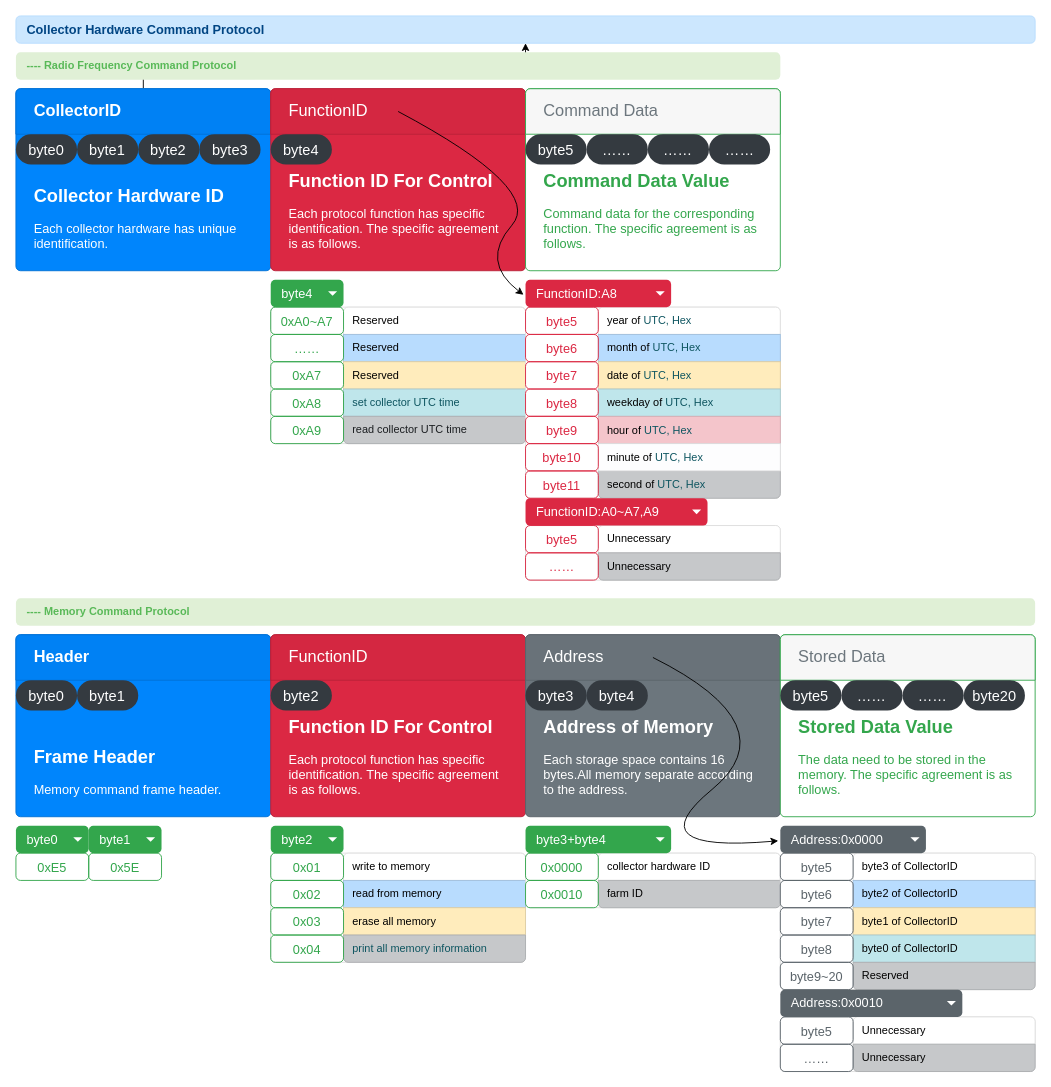
Above: page "Collector Hardware Command Protocol" (1 of 5) of Doc/Hardware Protocol.drawio in phoenix9668/Collector (draw.io), before the change. Source tidied: cells renumbered, new cells numbered last; positions are measured from the earlier drawing's top-left corner, leaving out a move shared by most shapes. Both pictures are drawn from the tidied source at 91%, with x=0, y=0 at pixel (15, 15).
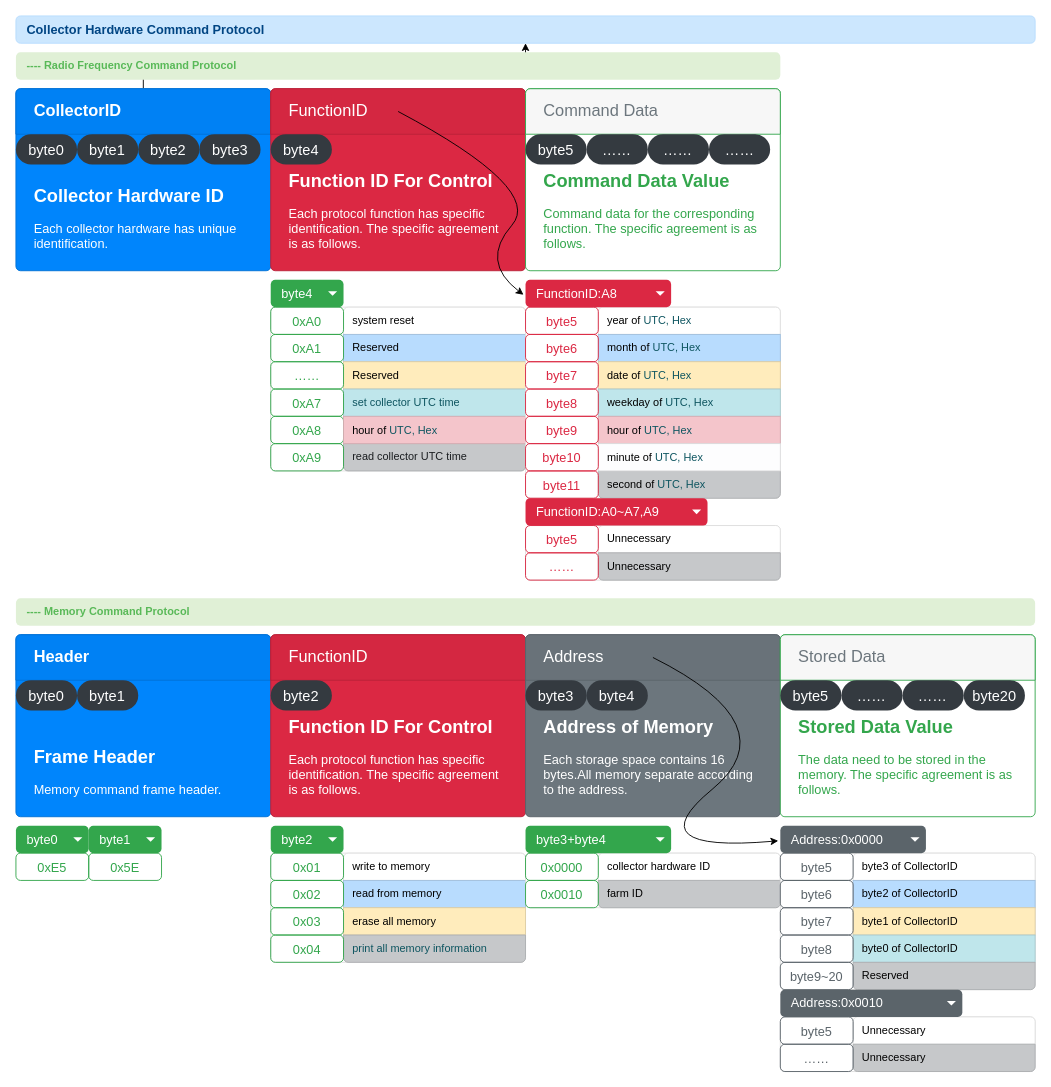
After the change.

Diff of the diagram source:
```diff
@@
     <mxCell id="26" style="html=1;shadow=0;dashed=0;shape=mxgraph.bootstrap.rrect;rSize=5;strokeColor=#DFDFDF;html=1;whiteSpace=wrap;fillColor=#FFFFFF;fontColor=#000000;" parent="1" vertex="1">
-      <mxGeometry x="280" y="320" width="280" height="150" as="geometry" />
+      <mxGeometry x="280" y="320" width="280" height="180" as="geometry" />
     </mxCell>
-    <mxCell id="27" value="Reserved" style="strokeColor=inherit;fillColor=inherit;gradientColor=inherit;fontColor=inherit;html=1;shadow=0;dashed=0;shape=mxgraph.bootstrap.topButton;rSize=5;perimeter=none;whiteSpace=wrap;align=left;spacing=10;" parent="26" vertex="1">
+    <mxCell id="27" value="system reset" style="strokeColor=inherit;fillColor=inherit;gradientColor=inherit;fontColor=inherit;html=1;shadow=0;dashed=0;shape=mxgraph.bootstrap.topButton;rSize=5;perimeter=none;whiteSpace=wrap;align=left;spacing=10;" parent="26" vertex="1">
       <mxGeometry width="200" height="30" relative="1" as="geometry">
         <mxPoint x="80" as="offset" />
       </mxGeometry>
     </mxCell>
@@
-    <mxCell id="32" value="&lt;font style=&quot;font-size: 14px&quot;&gt;0xA0~A7&lt;/font&gt;" style="html=1;shadow=0;dashed=0;shape=mxgraph.bootstrap.rrect;rSize=5;strokeColor=#33A64C;strokeWidth=1;fillColor=none;fontColor=#33A64C;whiteSpace=wrap;align=center;verticalAlign=middle;spacingLeft=0;fontStyle=0;fontSize=16;spacing=5;" parent="26" vertex="1">
+    <mxCell id="32" value="&lt;font style=&quot;font-size: 14px&quot;&gt;0xA0&lt;/font&gt;" style="html=1;shadow=0;dashed=0;shape=mxgraph.bootstrap.rrect;rSize=5;strokeColor=#33A64C;strokeWidth=1;fillColor=none;fontColor=#33A64C;whiteSpace=wrap;align=center;verticalAlign=middle;spacingLeft=0;fontStyle=0;fontSize=16;spacing=5;" parent="26" vertex="1">
       <mxGeometry width="80" height="30" as="geometry" />
     </mxCell>
     <mxCell id="33" value="&lt;span style=&quot;font-size: 14px&quot;&gt;……&lt;/span&gt;" style="html=1;shadow=0;dashed=0;shape=mxgraph.bootstrap.rrect;rSize=5;strokeColor=#33A64C;strokeWidth=1;fillColor=none;fontColor=#33A64C;whiteSpace=wrap;align=center;verticalAlign=middle;spacingLeft=0;fontStyle=0;fontSize=16;spacing=5;" parent="26" vertex="1">
-      <mxGeometry y="30" width="80" height="30" as="geometry" />
+      <mxGeometry y="60" width="80" height="30" as="geometry" />
     </mxCell>
     <mxCell id="34" value="&lt;font style=&quot;font-size: 14px&quot;&gt;0xA7&lt;/font&gt;" style="html=1;shadow=0;dashed=0;shape=mxgraph.bootstrap.rrect;rSize=5;strokeColor=#33A64C;strokeWidth=1;fillColor=none;fontColor=#33A64C;whiteSpace=wrap;align=center;verticalAlign=middle;spacingLeft=0;fontStyle=0;fontSize=16;spacing=5;" parent="26" vertex="1">
-      <mxGeometry y="60" width="80" height="30" as="geometry" />
+      <mxGeometry y="90" width="80" height="30" as="geometry" />
     </mxCell>
     <mxCell id="35" value="&lt;font style=&quot;font-size: 14px&quot;&gt;0xA8&lt;/font&gt;" style="html=1;shadow=0;dashed=0;shape=mxgraph.bootstrap.rrect;rSize=5;strokeColor=#33A64C;strokeWidth=1;fillColor=none;fontColor=#33A64C;whiteSpace=wrap;align=center;verticalAlign=middle;spacingLeft=0;fontStyle=0;fontSize=16;spacing=5;" parent="26" vertex="1">
-      <mxGeometry y="90" width="80" height="30" as="geometry" />
+      <mxGeometry y="120" width="80" height="30" as="geometry" />
     </mxCell>
     <mxCell id="36" value="&lt;font style=&quot;font-size: 14px&quot;&gt;0xA9&lt;/font&gt;" style="html=1;shadow=0;dashed=0;shape=mxgraph.bootstrap.rrect;rSize=5;strokeColor=#33A64C;strokeWidth=1;fillColor=none;fontColor=#33A64C;whiteSpace=wrap;align=center;verticalAlign=middle;spacingLeft=0;fontStyle=0;fontSize=16;spacing=5;" parent="26" vertex="1">
-      <mxGeometry y="120" width="80" height="30" as="geometry" />
+      <mxGeometry y="150" width="80" height="30" as="geometry" />
     </mxCell>
+    <mxCell id="121" value="&lt;span style=&quot;font-size: 12px ; color: rgb(0 , 0 , 0)&quot;&gt;hour of&amp;nbsp;&lt;/span&gt;&lt;span style=&quot;color: rgb(14 , 85 , 96) ; font-size: 12px&quot;&gt;UTC, Hex&lt;/span&gt;" style="html=1;fillColor=#F4C5CB;strokeColor=#D5ACB2;fontColor=#711623;shadow=0;dashed=0;perimeter=none;whiteSpace=wrap;align=left;spacing=10;fontSize=14;" parent="26" vertex="1">
+      <mxGeometry x="80" y="120" width="200" height="30" as="geometry" />
+    </mxCell>
+    <mxCell id="122" value="&lt;font style=&quot;font-size: 14px&quot;&gt;0xA1&lt;/font&gt;" style="html=1;shadow=0;dashed=0;shape=mxgraph.bootstrap.rrect;rSize=5;strokeColor=#33A64C;strokeWidth=1;fillColor=none;fontColor=#33A64C;whiteSpace=wrap;align=center;verticalAlign=middle;spacingLeft=0;fontStyle=0;fontSize=16;spacing=5;" parent="26" vertex="1">
+      <mxGeometry y="30" width="80" height="30" as="geometry" />
+    </mxCell>
```
